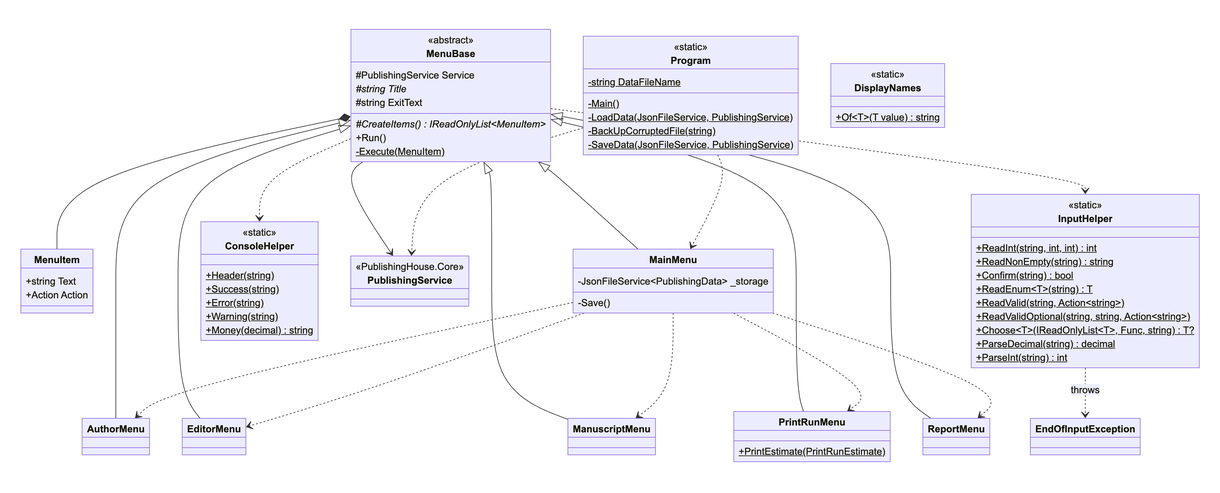
oljyaaa/OOP_practice keeps this Mermaid diagram as coursework_2026/docs/uml/4_ui.png. Above is the earlier version. Its source is kept beside it as coursework_2026/docs/uml/4_ui.mmd.
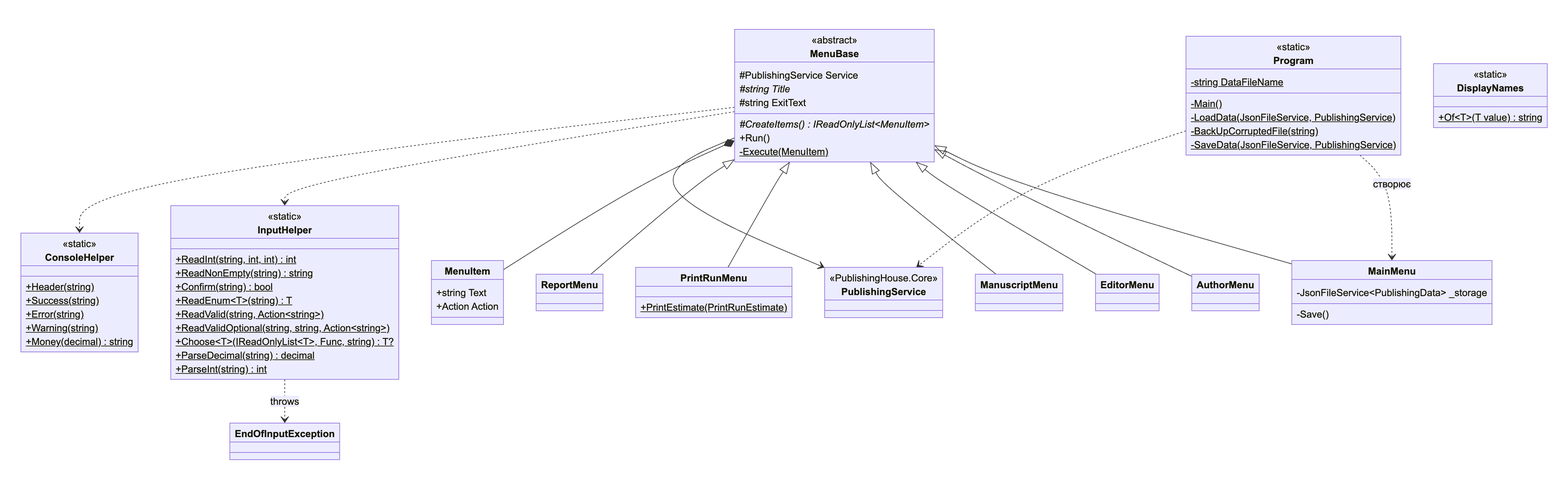
Above is the later version.

The edit, as a diff of the source:
```diff
@@ -69,12 +69,7 @@
     MenuBase <|-- ReportMenu
     MenuBase *-- MenuItem
     MenuBase --> PublishingService
-    MainMenu ..> AuthorMenu
-    MainMenu ..> EditorMenu
-    MainMenu ..> ManuscriptMenu
-    MainMenu ..> PrintRunMenu
-    MainMenu ..> ReportMenu
-    Program ..> MainMenu
+    Program ..> MainMenu : створює
     Program ..> PublishingService
     MenuBase ..> InputHelper
     MenuBase ..> ConsoleHelper
```
